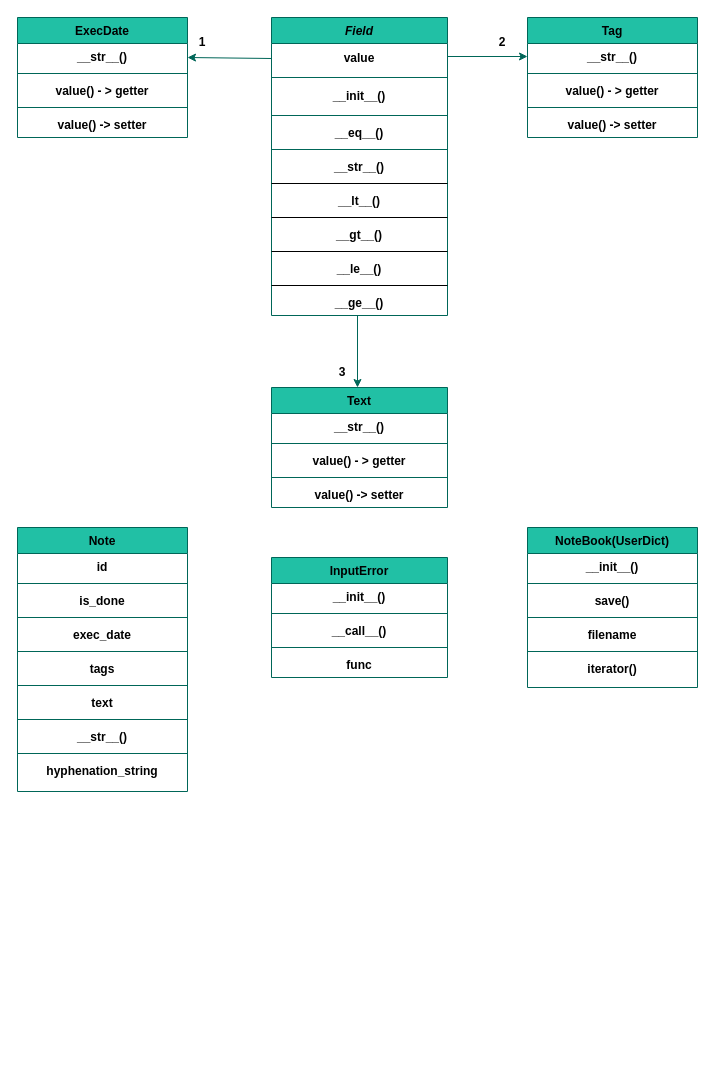
Earlier version of the draw.io diagram page "notebook" (2 of 2) of consolebot.drawio (LeadShadow/hw2web). Source tidied: cells renumbered, new cells numbered last; positions are measured from the earlier drawing's top-left corner, leaving out a move shared by most shapes. Both pictures are drawn from the tidied source at 100%, with x=0, y=0 at pixel (17, 17).
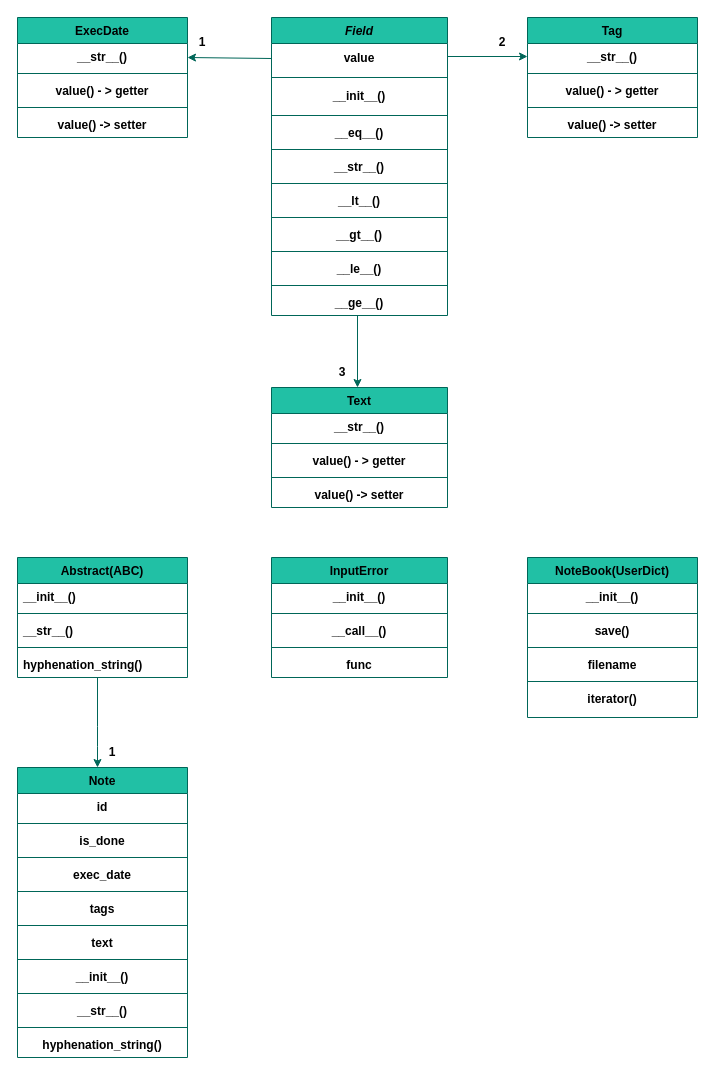
The same diagram, later.

The change refers to these unchanged cells:
```xml
<mxCell id="2" value="Field" style="swimlane;fontStyle=3;align=center;verticalAlign=top;horizontal=1;startSize=26;rounded=0;shadow=0;strokeWidth=1;fillColor=#21C0A5;strokeColor=#006658;fontColor=#000000;" parent="1" vertex="1">
  <mxGeometry x="254" width="176" height="298" as="geometry" />
</mxCell>
```

What changed in the source:
```diff
@@
-    <mxCell id="10" style="line;html=1;strokeWidth=1;align=left;verticalAlign=middle;spacingTop=-1;spacingLeft=3;spacingRight=3;labelPosition=right;fontStyle=1;fontColor=#000000;" parent="2" vertex="1">
+    <mxCell id="10" style="line;html=1;strokeWidth=1;align=left;verticalAlign=middle;spacingTop=-1;spacingLeft=3;spacingRight=3;labelPosition=right;fontStyle=1;fontColor=#000000;fillColor=#21C0A5;strokeColor=#006658;" parent="2" vertex="1">
       <mxGeometry y="162" width="176" height="8" as="geometry" />
     </mxCell>
@@
-    <mxCell id="12" style="line;html=1;strokeWidth=1;align=left;verticalAlign=middle;spacingTop=-1;spacingLeft=3;spacingRight=3;labelPosition=right;fontStyle=1;fontColor=#000000;" parent="2" vertex="1">
+    <mxCell id="12" style="line;html=1;strokeWidth=1;align=left;verticalAlign=middle;spacingTop=-1;spacingLeft=3;spacingRight=3;labelPosition=right;fontStyle=1;fontColor=#000000;fillColor=#21C0A5;strokeColor=#006658;" parent="2" vertex="1">
       <mxGeometry y="196" width="176" height="8" as="geometry" />
     </mxCell>
@@
-    <mxCell id="14" style="line;html=1;strokeWidth=1;align=left;verticalAlign=middle;spacingTop=-1;spacingLeft=3;spacingRight=3;labelPosition=right;fontStyle=1;fontColor=#000000;" parent="2" vertex="1">
+    <mxCell id="14" style="line;html=1;strokeWidth=1;align=left;verticalAlign=middle;spacingTop=-1;spacingLeft=3;spacingRight=3;labelPosition=right;fontStyle=1;fontColor=#000000;fillColor=#21C0A5;strokeColor=#006658;" parent="2" vertex="1">
       <mxGeometry y="230" width="176" height="8" as="geometry" />
     </mxCell>
@@
-    <mxCell id="16" style="line;html=1;strokeWidth=1;align=left;verticalAlign=middle;spacingTop=-1;spacingLeft=3;spacingRight=3;labelPosition=right;fontStyle=1;fontColor=#000000;" parent="2" vertex="1">
+    <mxCell id="16" style="line;html=1;strokeWidth=1;align=left;verticalAlign=middle;spacingTop=-1;spacingLeft=3;spacingRight=3;labelPosition=right;fontStyle=1;fontColor=#000000;fillColor=#21C0A5;strokeColor=#006658;" parent="2" vertex="1">
       <mxGeometry y="264" width="176" height="8" as="geometry" />
     </mxCell>
@@
     <mxCell id="18" value="NoteBook(UserDict)" style="swimlane;fontStyle=1;align=center;verticalAlign=top;horizontal=1;startSize=26;rounded=0;shadow=0;strokeWidth=1;fillColor=#21C0A5;strokeColor=#006658;fontColor=#000000;" parent="1" vertex="1">
-      <mxGeometry x="510" y="510" width="170" height="160" as="geometry" />
+      <mxGeometry x="510" y="540" width="170" height="160" as="geometry" />
     </mxCell>
@@
     <mxCell id="56" value="Note" style="swimlane;fontStyle=1;align=center;verticalAlign=top;horizontal=1;startSize=26;rounded=0;shadow=0;strokeWidth=1;fillColor=#21C0A5;strokeColor=#006658;fontColor=#000000;" parent="1" vertex="1">
-      <mxGeometry y="510" width="170" height="264" as="geometry" />
+      <mxGeometry y="750" width="170" height="290" as="geometry" />
     </mxCell>
@@
+    <mxCell id="70" value="__init__()" style="text;align=center;verticalAlign=top;spacingLeft=4;spacingRight=4;overflow=hidden;fontColor=#000000;fontStyle=1;" parent="56" vertex="1">
+      <mxGeometry y="196" width="170" height="26" as="geometry" />
+    </mxCell>
+    <mxCell id="71" style="line;html=1;strokeWidth=1;align=left;verticalAlign=middle;spacingTop=-1;spacingLeft=3;spacingRight=3;labelPosition=right;fillColor=#21C0A5;strokeColor=#006658;fontColor=#000000;fontStyle=1;" parent="56" vertex="1">
+      <mxGeometry y="222" width="170" height="8" as="geometry" />
+    </mxCell>
     <mxCell id="67" value="__str__()" style="text;align=center;verticalAlign=top;spacingLeft=4;spacingRight=4;overflow=hidden;fontColor=#000000;fontStyle=1;" parent="56" vertex="1">
-      <mxGeometry y="196" width="170" height="26" as="geometry" />
+      <mxGeometry y="230" width="170" height="26" as="geometry" />
     </mxCell>
     <mxCell id="68" style="line;html=1;strokeWidth=1;align=left;verticalAlign=middle;spacingTop=-1;spacingLeft=3;spacingRight=3;labelPosition=right;fillColor=#21C0A5;strokeColor=#006658;fontColor=#000000;fontStyle=1;" parent="56" vertex="1">
-      <mxGeometry y="222" width="170" height="8" as="geometry" />
+      <mxGeometry y="256" width="170" height="8" as="geometry" />
     </mxCell>
-    <mxCell id="69" value="hyphenation_string" style="text;align=center;verticalAlign=top;spacingLeft=4;spacingRight=4;overflow=hidden;fontColor=#000000;fontStyle=1;" parent="56" vertex="1">
-      <mxGeometry y="230" width="170" height="26" as="geometry" />
+    <mxCell id="69" value="hyphenation_string()" style="text;align=center;verticalAlign=top;spacingLeft=4;spacingRight=4;overflow=hidden;fontColor=#000000;fontStyle=1;" parent="56" vertex="1">
+      <mxGeometry y="264" width="170" height="26" as="geometry" />
     </mxCell>
+    <mxCell id="72" value="Abstract(ABC)" style="swimlane;fontStyle=1;align=center;verticalAlign=top;horizontal=1;startSize=26;rounded=0;shadow=0;strokeWidth=1;fillColor=#21C0A5;strokeColor=#006658;fontColor=#000000;" parent="1" vertex="1">
+      <mxGeometry y="540" width="170" height="120" as="geometry" />
+    </mxCell>
+    <mxCell id="73" value="__init__()" style="text;align=left;verticalAlign=top;spacingLeft=4;spacingRight=4;overflow=hidden;fontColor=#000000;fontStyle=1;" parent="72" vertex="1">
+      <mxGeometry y="26" width="170" height="26" as="geometry" />
+    </mxCell>
+    <mxCell id="74" style="line;html=1;strokeWidth=1;align=left;verticalAlign=middle;spacingTop=-1;spacingLeft=3;spacingRight=3;labelPosition=right;fillColor=#21C0A5;strokeColor=#006658;fontColor=#000000;fontStyle=1;" parent="72" vertex="1">
+      <mxGeometry y="52" width="170" height="8" as="geometry" />
+    </mxCell>
+    <mxCell id="75" value="__str__()" style="text;align=left;verticalAlign=top;spacingLeft=4;spacingRight=4;overflow=hidden;rounded=0;shadow=0;html=0;fontColor=#000000;fontStyle=1;" parent="72" vertex="1">
+      <mxGeometry y="60" width="170" height="26" as="geometry" />
+    </mxCell>
+    <mxCell id="76" style="line;html=1;strokeWidth=1;align=left;verticalAlign=middle;spacingTop=-1;spacingLeft=3;spacingRight=3;labelPosition=right;fillColor=#21C0A5;strokeColor=#006658;fontColor=#000000;fontStyle=1;" parent="72" vertex="1">
+      <mxGeometry y="86" width="170" height="8" as="geometry" />
+    </mxCell>
+    <mxCell id="77" value="hyphenation_string()" style="text;align=left;verticalAlign=top;spacingLeft=4;spacingRight=4;overflow=hidden;fontColor=#000000;fontStyle=1;" parent="72" vertex="1">
+      <mxGeometry y="94" width="170" height="26" as="geometry" />
+    </mxCell>
+    <mxCell id="78" style="endArrow=classic;html=1;rounded=1;sketch=0;fontColor=#000000;strokeColor=#006658;fillColor=#21C0A5;curved=0;exitX=0;exitY=0.5;exitDx=0;exitDy=0;fontStyle=1;" parent="1" edge="1">
+      <mxGeometry relative="1" as="geometry">
+        <mxPoint x="80" y="660" as="sourcePoint" />
+        <mxPoint x="80" y="750" as="targetPoint" />
+        <Array as="points">
+          <mxPoint x="80" y="719" />
+        </Array>
+      </mxGeometry>
+    </mxCell>
+    <mxCell id="79" value="1" style="text;html=1;strokeColor=none;fillColor=none;align=center;verticalAlign=middle;whiteSpace=wrap;rounded=0;sketch=0;fontColor=#000000;fontStyle=1;" parent="1" vertex="1">
+      <mxGeometry x="90" y="730" width="10" height="10" as="geometry" />
+    </mxCell>
```
